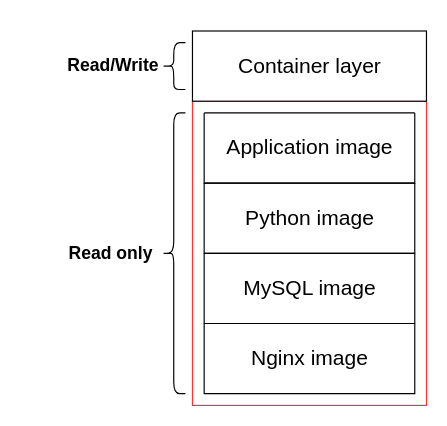
Above: NASA-graph/Docker image stack.drawio in Vincent550102/NASA-graph (draw.io), before the change. Source tidied: cells renumbered, new cells numbered last; positions are measured from the earlier drawing's top-left corner, leaving out a move shared by most shapes. Both pictures are drawn from the tidied source at 117%, with x=0, y=0 at pixel (54, 30).
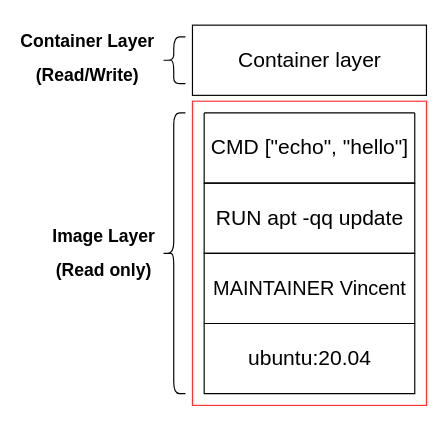
After the change.

The edit, as a diff of the source:
```diff
@@
 <mxGraphModel>
   <root>
     <mxCell id="0" />
     <mxCell id="1" parent="0" />
     <mxCell id="2" style="rounded=0;whiteSpace=wrap;html=1;fontSize=15;strokeColor=#FF3333;" parent="1" vertex="1">
       <mxGeometry x="118" y="60" width="200" height="260" as="geometry" />
     </mxCell>
     <mxCell id="3" style="swimlane;startSize=0;" parent="1" vertex="1">
       <mxGeometry x="128" y="70" width="180" height="60" as="geometry" />
     </mxCell>
-    <mxCell id="4" value="Application image" style="text;html=1;align=center;verticalAlign=middle;strokeColor=none;fillColor=none;fontSize=18;" parent="3" vertex="1">
-      <mxGeometry x="10" y="15" width="160" height="30" as="geometry" />
+    <mxCell id="4" value="&lt;div&gt;CMD [&quot;echo&quot;, &quot;hello&quot;]&lt;/div&gt;" style="text;html=1;align=center;verticalAlign=middle;strokeColor=none;fillColor=none;fontSize=18;" parent="3" vertex="1">
+      <mxGeometry y="15" width="180" height="30" as="geometry" />
     </mxCell>
     <mxCell id="5" style="swimlane;startSize=0;" parent="1" vertex="1">
       <mxGeometry x="128" y="130" width="180" height="60" as="geometry" />
     </mxCell>
-    <mxCell id="6" value="Python image" style="text;html=1;align=center;verticalAlign=middle;strokeColor=none;fillColor=none;fontSize=18;" parent="5" vertex="1">
-      <mxGeometry x="25" y="15" width="130" height="30" as="geometry" />
+    <mxCell id="6" value="RUN apt -qq update" style="text;html=1;align=center;verticalAlign=middle;strokeColor=none;fillColor=none;fontSize=18;" parent="5" vertex="1">
+      <mxGeometry y="15" width="180" height="30" as="geometry" />
     </mxCell>
     <mxCell id="7" style="swimlane;startSize=0;" parent="1" vertex="1">
       <mxGeometry x="128" y="190" width="180" height="60" as="geometry" />
     </mxCell>
-    <mxCell id="8" value="MySQL image" style="text;html=1;align=center;verticalAlign=middle;strokeColor=none;fillColor=none;fontSize=18;" parent="7" vertex="1">
-      <mxGeometry x="25" y="15" width="130" height="30" as="geometry" />
-    </mxCell>
+    <mxCell id="17" value="&lt;div&gt;&lt;font style=&quot;font-size: 17px&quot;&gt;MAINTAINER Vincent&lt;/font&gt;&lt;/div&gt;" style="text;html=1;align=center;verticalAlign=middle;strokeColor=none;fillColor=none;fontSize=18;" parent="7" vertex="1">
+      <mxGeometry y="15" width="180" height="30" as="geometry" />
+    </mxCell>
     <mxCell id="9" style="swimlane;startSize=0;" parent="1" vertex="1">
       <mxGeometry x="128" y="250" width="180" height="60" as="geometry" />
     </mxCell>
-    <mxCell id="10" value="Nginx image" style="text;html=1;align=center;verticalAlign=middle;strokeColor=none;fillColor=none;fontSize=18;" parent="9" vertex="1">
+    <mxCell id="10" value="ubuntu:20.04" style="text;html=1;align=center;verticalAlign=middle;strokeColor=none;fillColor=none;fontSize=18;" parent="9" vertex="1">
       <mxGeometry x="30" y="15" width="120" height="30" as="geometry" />
     </mxCell>
     <mxCell id="11" style="shape=curlyBracket;whiteSpace=wrap;html=1;rounded=1;" parent="1" vertex="1">
       <mxGeometry x="92" y="70" width="20" height="240" as="geometry" />
     </mxCell>
-    <mxCell id="12" value="&lt;font style=&quot;font-size: 15px&quot;&gt;Read only&amp;nbsp;&lt;/font&gt;" style="text;strokeColor=none;fillColor=none;html=1;fontSize=24;fontStyle=1;verticalAlign=middle;align=center;" parent="1" vertex="1">
-      <mxGeometry y="167" width="100" height="40" as="geometry" />
+    <mxCell id="12" value="&lt;font style=&quot;font-size: 15px&quot;&gt;Image Layer&lt;br&gt;(Read only)&lt;/font&gt;" style="text;strokeColor=none;fillColor=none;html=1;fontSize=24;fontStyle=1;verticalAlign=middle;align=center;" parent="1" vertex="1">
+      <mxGeometry x="-8" y="167" width="100" height="40" as="geometry" />
     </mxCell>
     <mxCell id="13" style="rounded=0;whiteSpace=wrap;html=1;fontSize=15;strokeColor=#000000;" parent="1" vertex="1">
-      <mxGeometry x="118" width="200" height="60" as="geometry" />
+      <mxGeometry x="118" y="-5" width="200" height="60" as="geometry" />
     </mxCell>
     <mxCell id="14" style="shape=curlyBracket;whiteSpace=wrap;html=1;rounded=1;" parent="1" vertex="1">
-      <mxGeometry x="92" y="10" width="20" height="40" as="geometry" />
+      <mxGeometry x="92" y="5" width="20" height="40" as="geometry" />
     </mxCell>
-    <mxCell id="15" value="&lt;span style=&quot;font-size: 15px&quot;&gt;Read/Write&lt;/span&gt;" style="text;strokeColor=none;fillColor=none;html=1;fontSize=24;fontStyle=1;verticalAlign=middle;align=center;" parent="1" vertex="1">
-      <mxGeometry y="7" width="100" height="40" as="geometry" />
+    <mxCell id="15" value="&lt;span style=&quot;font-size: 15px&quot;&gt;Container Layer&lt;br&gt;(Read/Write)&lt;/span&gt;" style="text;strokeColor=none;fillColor=none;html=1;fontSize=24;fontStyle=1;verticalAlign=middle;align=center;" parent="1" vertex="1">
+      <mxGeometry x="-22" width="100" height="40" as="geometry" />
     </mxCell>
     <mxCell id="16" value="Container layer" style="text;html=1;align=center;verticalAlign=middle;strokeColor=none;fillColor=none;fontSize=18;" parent="1" vertex="1">
-      <mxGeometry x="148" y="15" width="140" height="30" as="geometry" />
+      <mxGeometry x="148" y="10" width="140" height="30" as="geometry" />
     </mxCell>
   </root>
 </mxGraphModel>
```
